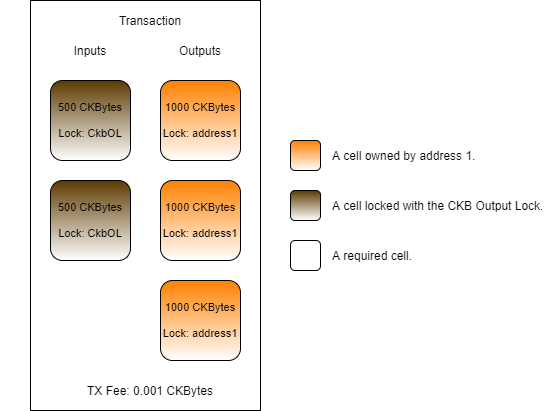
The draw.io diagram .gitbook/assets/consume-transaction-structure (2).png in jordanmack/developer-training-course-documentation, before a commit. Source tidied: cells renumbered, new cells last; positions are measured from the earlier drawing's top-left corner, leaving out a move shared by most shapes.
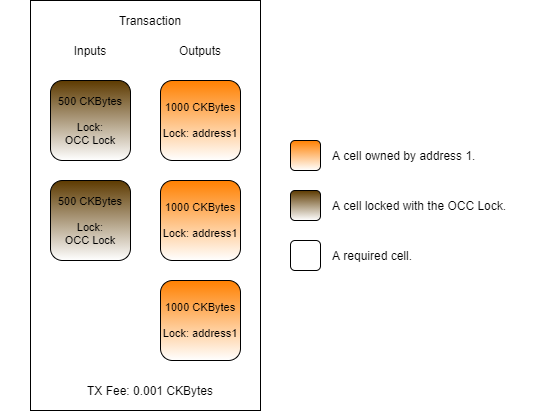
The same diagram one commit later.

What changed in the source:
```diff
@@ -17,7 +17,7 @@
     <mxCell id="6" value="TX Fee: 0.001 CKBytes" style="text;html=1;strokeColor=none;fillColor=none;align=center;verticalAlign=middle;whiteSpace=wrap;rounded=0;" parent="1" vertex="1">
       <mxGeometry x="50" y="380" width="200" height="20" as="geometry" />
     </mxCell>
-    <mxCell id="7" value="500 CKBytes&lt;br&gt;&lt;br&gt;Lock: CkbOL" style="rounded=1;whiteSpace=wrap;html=1;fontSize=11;gradientColor=#ffffff;fillColor=#5D3A00;" parent="1" vertex="1">
+    <mxCell id="7" value="500 CKBytes&lt;br&gt;&lt;br&gt;Lock:&lt;br&gt;OCC Lock" style="rounded=1;whiteSpace=wrap;html=1;fontSize=11;gradientColor=#ffffff;fillColor=#5D3A00;" parent="1" vertex="1">
       <mxGeometry x="50" y="80" width="80" height="80" as="geometry" />
     </mxCell>
     <mxCell id="8" value="1000 CKBytes&lt;br&gt;&lt;br&gt;Lock: address1" style="rounded=1;whiteSpace=wrap;html=1;fontSize=11;gradientColor=#ffffff;fillColor=#FF8000;" parent="1" vertex="1">
@@ -35,13 +35,13 @@
     <mxCell id="12" value="A cell owned by address 1." style="text;html=1;strokeColor=none;fillColor=none;align=left;verticalAlign=middle;whiteSpace=wrap;rounded=0;dashed=1;" parent="1" vertex="1">
       <mxGeometry x="330" y="145" width="220" height="20" as="geometry" />
     </mxCell>
-    <mxCell id="13" value="A cell locked with the CKB Output Lock." style="text;html=1;strokeColor=none;fillColor=none;align=left;verticalAlign=middle;whiteSpace=wrap;rounded=0;dashed=1;" parent="1" vertex="1">
+    <mxCell id="13" value="A cell locked with the OCC Lock." style="text;html=1;strokeColor=none;fillColor=none;align=left;verticalAlign=middle;whiteSpace=wrap;rounded=0;dashed=1;" parent="1" vertex="1">
       <mxGeometry x="330" y="195" width="220" height="20" as="geometry" />
     </mxCell>
     <mxCell id="14" value="A required cell." style="text;html=1;strokeColor=none;fillColor=none;align=left;verticalAlign=middle;whiteSpace=wrap;rounded=0;dashed=1;" parent="1" vertex="1">
       <mxGeometry x="330" y="245" width="220" height="20" as="geometry" />
     </mxCell>
-    <mxCell id="15" value="500 CKBytes&lt;br&gt;&lt;br&gt;Lock: CkbOL" style="rounded=1;whiteSpace=wrap;html=1;fontSize=11;gradientColor=#ffffff;fillColor=#5D3A00;" parent="1" vertex="1">
+    <mxCell id="15" value="500 CKBytes&lt;br&gt;&lt;br&gt;Lock:&lt;br&gt;OCC Lock" style="rounded=1;whiteSpace=wrap;html=1;fontSize=11;gradientColor=#ffffff;fillColor=#5D3A00;" parent="1" vertex="1">
       <mxGeometry x="50" y="180" width="80" height="80" as="geometry" />
     </mxCell>
     <mxCell id="16" value="1000 CKBytes&lt;br&gt;&lt;br&gt;Lock: address1" style="rounded=1;whiteSpace=wrap;html=1;fontSize=11;gradientColor=#ffffff;fillColor=#FF8000;" parent="1" vertex="1">
```
